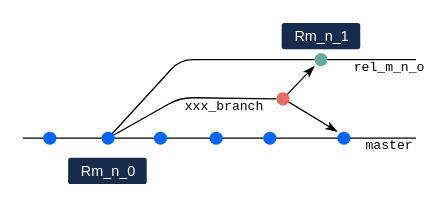
The draw.io diagram documentation/diagrams/git-workflows.drawio in pace-neutrons/Horace, before the edit. Source tidied: cells renumbered, new cells numbered last; positions are measured from the earlier drawing's top-left corner, leaving out a move shared by most shapes. Both pictures are drawn from the tidied source at 131%, with x=0, y=0 at pixel (22, 22).
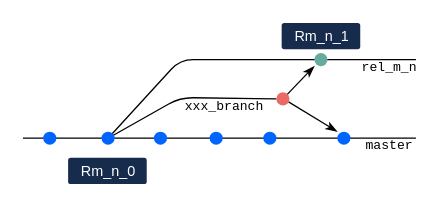
After the change.

Change to the diagram source:
```diff
@@
-    <mxCell id="10" value="&lt;font face=&quot;Courier New&quot; style=&quot;font-size: 10px&quot;&gt;rel_m_n_o&lt;/font&gt;" style="text;html=1;strokeColor=none;fillColor=none;align=center;verticalAlign=middle;whiteSpace=wrap;rounded=0;" parent="1" vertex="1">
+    <mxCell id="10" value="&lt;font face=&quot;Courier New&quot; style=&quot;font-size: 10px&quot;&gt;rel_m_n&lt;/font&gt;" style="text;html=1;strokeColor=none;fillColor=none;align=center;verticalAlign=middle;whiteSpace=wrap;rounded=0;" parent="1" vertex="1">
       <mxGeometry x="260" y="23" width="40" height="20" as="geometry" />
     </mxCell>
```
